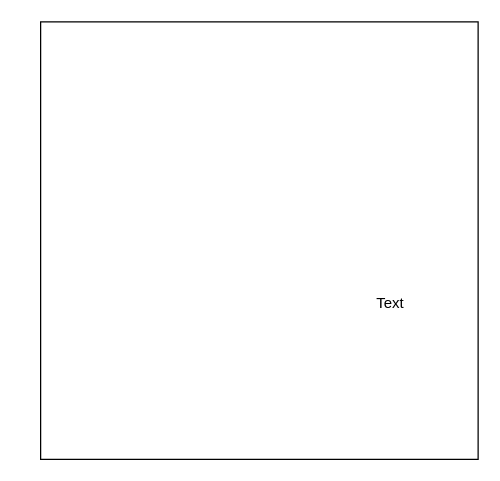
The draw.io diagram designs/storyboard.drawio in KaitlynIp64/ICS2O-Unit-5-06-JS, before the edit. Source tidied: cells renumbered, new cells numbered last; positions are measured from the earlier drawing's top-left corner, leaving out a move shared by most shapes. Both pictures are drawn from the tidied source at 125%, with x=0, y=0 at pixel (40, 21).
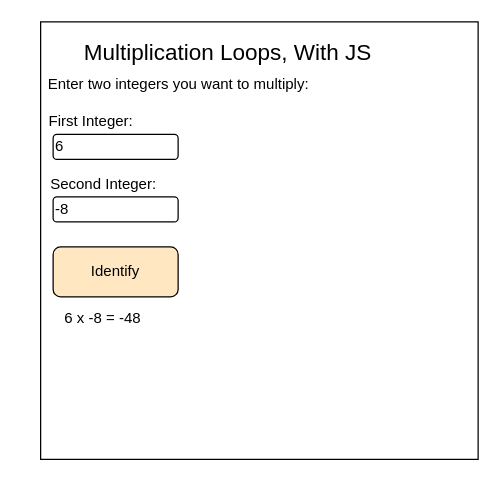
After the change.

Commit message (it also covers changes not shown here):
added flowchart and storyboard

What changed in the source:
```diff
@@
 <mxGraphModel>
   <root>
     <mxCell id="0" />
     <mxCell id="1" parent="0" />
     <mxCell id="2" style="whiteSpace=wrap;html=1;" parent="1" vertex="1">
       <mxGeometry width="350" height="350" as="geometry" />
     </mxCell>
-    <mxCell id="3" value="Text" style="text;html=1;strokeColor=none;fillColor=none;align=center;verticalAlign=middle;whiteSpace=wrap;rounded=0;" parent="1" vertex="1">
-      <mxGeometry x="250" y="210" width="60" height="30" as="geometry" />
+    <mxCell id="3" value="&lt;font style=&quot;font-size: 18px&quot;&gt;Multiplication Loops, With JS&lt;/font&gt;" style="text;html=1;strokeColor=none;fillColor=none;align=center;verticalAlign=middle;whiteSpace=wrap;rounded=0;" parent="1" vertex="1">
+      <mxGeometry x="20" y="10" width="260" height="30" as="geometry" />
     </mxCell>
+    <mxCell id="4" value="Enter two integers you want to multiply:" style="text;html=1;align=center;verticalAlign=middle;strokeColor=none;fillColor=none;" parent="1" vertex="1">
+      <mxGeometry y="40" width="220" height="20" as="geometry" />
+    </mxCell>
+    <mxCell id="5" value="First Integer:" style="text;html=1;align=center;verticalAlign=middle;strokeColor=none;fillColor=none;" parent="1" vertex="1">
+      <mxGeometry y="70" width="80" height="20" as="geometry" />
+    </mxCell>
+    <mxCell id="6" value="Second Integer:" style="text;html=1;align=center;verticalAlign=middle;strokeColor=none;fillColor=none;" parent="1" vertex="1">
+      <mxGeometry y="120" width="100" height="20" as="geometry" />
+    </mxCell>
+    <mxCell id="7" value="6" style="rounded=1;whiteSpace=wrap;html=1;align=left;" parent="1" vertex="1">
+      <mxGeometry x="10" y="90" width="100" height="20" as="geometry" />
+    </mxCell>
+    <mxCell id="8" value="-8" style="rounded=1;whiteSpace=wrap;html=1;align=left;" parent="1" vertex="1">
+      <mxGeometry x="10" y="140" width="100" height="20" as="geometry" />
+    </mxCell>
+    <mxCell id="9" value="Identify" style="rounded=1;whiteSpace=wrap;html=1;fillColor=#FFE7C2;" parent="1" vertex="1">
+      <mxGeometry x="10" y="180" width="100" height="40" as="geometry" />
+    </mxCell>
+    <mxCell id="10" value="&lt;font style=&quot;font-size: 12px&quot;&gt;6 x -8 = -48&lt;/font&gt;" style="text;html=1;strokeColor=none;fillColor=none;align=center;verticalAlign=middle;whiteSpace=wrap;rounded=0;fontSize=18;" parent="1" vertex="1">
+      <mxGeometry x="-15" y="220" width="130" height="30" as="geometry" />
+    </mxCell>
   </root>
 </mxGraphModel>
```
